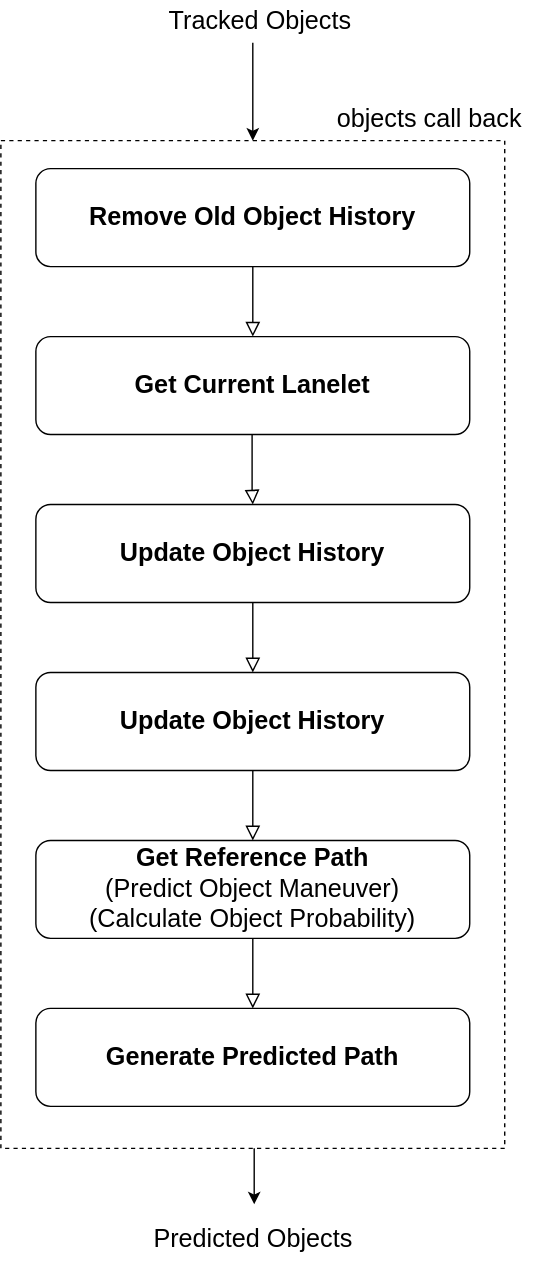
The draw.io diagram perception/map_based_prediction/media/map_based_prediction_flow.drawio.svg in TakaHoribe/autoware.universe, before a commit. Source tidied: cells renumbered, new cells last; positions are measured from the earlier drawing's top-left corner, leaving out a move shared by most shapes.
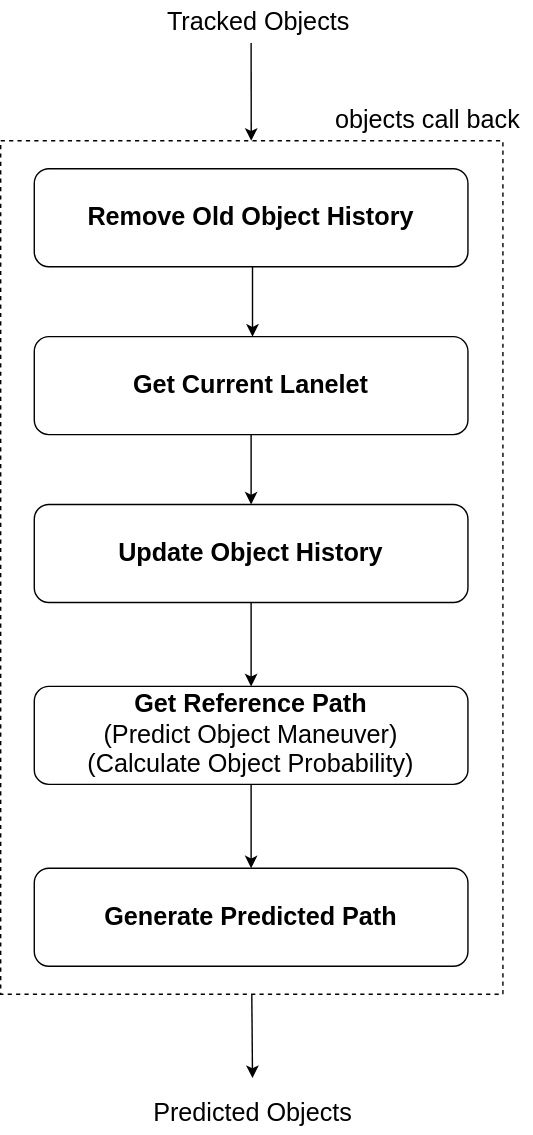
After the commit.

What changed in the source:
```diff
@@ -2,70 +2,43 @@
   <root>
     <mxCell id="0" />
     <mxCell id="1" parent="0" />
-    <mxCell id="2" style="rounded=0;html=1;jettySize=auto;fontSize=11;endArrow=block;endFill=0;endSize=8;strokeWidth=1;shadow=0;labelBackgroundColor=none;edgeStyle=orthogonalEdgeStyle;entryX=0.5;entryY=0;entryDx=0;entryDy=0;" parent="1" edge="1" source="3" target="4">
-      <mxGeometry relative="1" as="geometry" />
-    </mxCell>
     <mxCell id="3" value="&lt;font style=&quot;font-size: 18px&quot;&gt;&lt;b&gt;Remove Old Object History&lt;/b&gt;&lt;/font&gt;" style="rounded=1;whiteSpace=wrap;html=1;fontSize=12;glass=0;strokeWidth=1;shadow=0;" parent="1" vertex="1">
       <mxGeometry x="25" y="120" width="310" height="70" as="geometry" />
     </mxCell>
+    <mxCell id="19" style="edgeStyle=orthogonalEdgeStyle;rounded=0;jettySize=auto;html=1;exitX=0.5;exitY=1;exitDx=0;exitDy=0;entryX=0.5;entryY=0;entryDx=0;entryDy=0;" parent="1" edge="1" source="4" target="7">
+      <mxGeometry relative="1" as="geometry" />
+    </mxCell>
     <mxCell id="4" value="&lt;span style=&quot;font-size: 18px&quot;&gt;&lt;b&gt;Get Current Lanelet&lt;/b&gt;&lt;/span&gt;" style="rounded=1;whiteSpace=wrap;html=1;fontSize=12;glass=0;strokeWidth=1;shadow=0;" parent="1" vertex="1">
       <mxGeometry x="25" y="240" width="310" height="70" as="geometry" />
     </mxCell>
-    <mxCell id="5" value="&lt;span style=&quot;font-size: 18px&quot;&gt;&lt;b&gt;Update Object History&lt;/b&gt;&lt;/span&gt;" style="rounded=1;whiteSpace=wrap;html=1;fontSize=12;glass=0;strokeWidth=1;shadow=0;" parent="1" vertex="1">
-      <mxGeometry x="25" y="360" width="310" height="70" as="geometry" />
-    </mxCell>
-    <mxCell id="6" style="rounded=0;html=1;jettySize=auto;orthogonalLoop=1;fontSize=11;endArrow=block;endFill=0;endSize=8;strokeWidth=1;shadow=0;labelBackgroundColor=none;edgeStyle=orthogonalEdgeStyle;" parent="1" edge="1">
-      <mxGeometry relative="1" as="geometry">
-        <mxPoint x="179.5" y="310" as="sourcePoint" />
-        <mxPoint x="180" y="360" as="targetPoint" />
-        <Array as="points">
-          <mxPoint x="179.5" y="350" />
-          <mxPoint x="179.5" y="350" />
-        </Array>
-      </mxGeometry>
-    </mxCell>
+    <mxCell id="10" style="edgeStyle=orthogonalEdgeStyle;rounded=0;jettySize=auto;html=1;exitX=0.5;exitY=1;exitDx=0;exitDy=0;entryX=0.5;entryY=0;entryDx=0;entryDy=0;" parent="1" edge="1" source="7" target="9">
+      <mxGeometry relative="1" as="geometry" />
+    </mxCell>
     <mxCell id="7" value="&lt;span style=&quot;font-size: 18px&quot;&gt;&lt;b&gt;Update Object History&lt;/b&gt;&lt;/span&gt;" style="rounded=1;whiteSpace=wrap;html=1;fontSize=12;glass=0;strokeWidth=1;shadow=0;" parent="1" vertex="1">
-      <mxGeometry x="25" y="480" width="310" height="70" as="geometry" />
+      <mxGeometry x="25" y="360" width="310" height="70" as="geometry" />
     </mxCell>
-    <mxCell id="8" style="rounded=0;html=1;jettySize=auto;fontSize=11;endArrow=block;endFill=0;endSize=8;strokeWidth=1;shadow=0;labelBackgroundColor=none;edgeStyle=orthogonalEdgeStyle;exitX=0.5;exitY=1;exitDx=0;exitDy=0;entryX=0.5;entryY=0;entryDx=0;entryDy=0;" parent="1" edge="1" source="5" target="7">
-      <mxGeometry relative="1" as="geometry">
-        <Array as="points">
-          <mxPoint x="180" y="460" />
-          <mxPoint x="180" y="460" />
-        </Array>
-      </mxGeometry>
-    </mxCell>
+    <mxCell id="12" style="edgeStyle=orthogonalEdgeStyle;rounded=0;jettySize=auto;html=1;exitX=0.5;exitY=1;exitDx=0;exitDy=0;entryX=0.5;entryY=0;entryDx=0;entryDy=0;" parent="1" edge="1" source="9" target="11">
+      <mxGeometry relative="1" as="geometry" />
+    </mxCell>
     <mxCell id="9" value="&lt;span style=&quot;font-size: 18px&quot;&gt;&lt;b&gt;Get Reference Path&lt;/b&gt;&lt;br&gt;(Predict Object Maneuver)&lt;br&gt;(Calculate Object Probability)&lt;br&gt;&lt;/span&gt;" style="rounded=1;whiteSpace=wrap;html=1;fontSize=12;glass=0;strokeWidth=1;shadow=0;" parent="1" vertex="1">
-      <mxGeometry x="25" y="600" width="310" height="70" as="geometry" />
+      <mxGeometry x="25" y="490" width="310" height="70" as="geometry" />
     </mxCell>
-    <mxCell id="10" style="rounded=0;html=1;jettySize=auto;fontSize=11;endArrow=block;endFill=0;endSize=8;strokeWidth=1;shadow=0;labelBackgroundColor=none;edgeStyle=orthogonalEdgeStyle;exitX=0.5;exitY=1;exitDx=0;exitDy=0;entryX=0.5;entryY=0;entryDx=0;entryDy=0;" parent="1" edge="1" source="7" target="9">
-      <mxGeometry relative="1" as="geometry">
-        <Array as="points">
-          <mxPoint x="180" y="580" />
-          <mxPoint x="180" y="580" />
-        </Array>
-      </mxGeometry>
-    </mxCell>
     <mxCell id="11" value="&lt;span style=&quot;font-size: 18px&quot;&gt;&lt;b&gt;Generate Predicted Path&lt;/b&gt;&lt;/span&gt;" style="rounded=1;whiteSpace=wrap;html=1;fontSize=12;glass=0;strokeWidth=1;shadow=0;" parent="1" vertex="1">
-      <mxGeometry x="25" y="720" width="310" height="70" as="geometry" />
+      <mxGeometry x="25" y="620" width="310" height="70" as="geometry" />
     </mxCell>
-    <mxCell id="12" style="rounded=0;html=1;jettySize=auto;fontSize=11;endArrow=block;endFill=0;endSize=8;strokeWidth=1;shadow=0;labelBackgroundColor=none;edgeStyle=orthogonalEdgeStyle;exitX=0.5;exitY=1;exitDx=0;exitDy=0;" parent="1" edge="1" source="9" target="11">
-      <mxGeometry relative="1" as="geometry" />
-    </mxCell>
     <mxCell id="13" style="rounded=0;whiteSpace=wrap;html=1;dashed=1;fontSize=18;strokeColor=#000000;fillColor=none;" parent="1" vertex="1">
-      <mxGeometry y="100" width="360" height="720" as="geometry" />
+      <mxGeometry x="1" y="100" width="359" height="610" as="geometry" />
     </mxCell>
     <mxCell id="14" value="objects call back" style="text;html=1;align=center;verticalAlign=middle;strokeColor=none;fillColor=none;fontSize=18;" parent="1" vertex="1">
       <mxGeometry x="231" y="70" width="150" height="30" as="geometry" />
     </mxCell>
-    <mxCell id="15" style="endArrow=classic;html=1;rounded=0;fontSize=18;" parent="1" edge="1">
+    <mxCell id="15" style="endArrow=classic;html=1;rounded=0;fontSize=18;exitX=0.5;exitY=1;exitDx=0;exitDy=0;" parent="1" edge="1" source="13">
       <mxGeometry relative="1" as="geometry">
-        <mxPoint x="181" y="820" as="sourcePoint" />
-        <mxPoint x="181" y="860" as="targetPoint" />
+        <mxPoint x="181" y="770" as="targetPoint" />
       </mxGeometry>
     </mxCell>
     <mxCell id="16" value="Predicted Objects" style="text;html=1;align=center;verticalAlign=middle;strokeColor=none;fillColor=none;fontSize=18;" parent="1" vertex="1">
-      <mxGeometry x="100" y="870" width="160" height="30" as="geometry" />
+      <mxGeometry x="100.5" y="780" width="160" height="30" as="geometry" />
     </mxCell>
     <mxCell id="17" style="endArrow=classic;html=1;rounded=0;fontSize=18;" parent="1" edge="1" target="13">
       <mxGeometry relative="1" as="geometry">
@@ -75,5 +48,11 @@
     <mxCell id="18" value="Tracked Objects" style="text;html=1;align=center;verticalAlign=middle;strokeColor=none;fillColor=none;fontSize=18;" parent="1" vertex="1">
       <mxGeometry x="110" width="150" height="30" as="geometry" />
     </mxCell>
+    <mxCell id="20" style="edgeStyle=orthogonalEdgeStyle;rounded=0;orthogonalLoop=1;jettySize=auto;html=1;" parent="1" edge="1">
+      <mxGeometry relative="1" as="geometry">
+        <mxPoint x="181" y="190" as="sourcePoint" />
+        <mxPoint x="181" y="240" as="targetPoint" />
+      </mxGeometry>
+    </mxCell>
   </root>
 </mxGraphModel>
```
